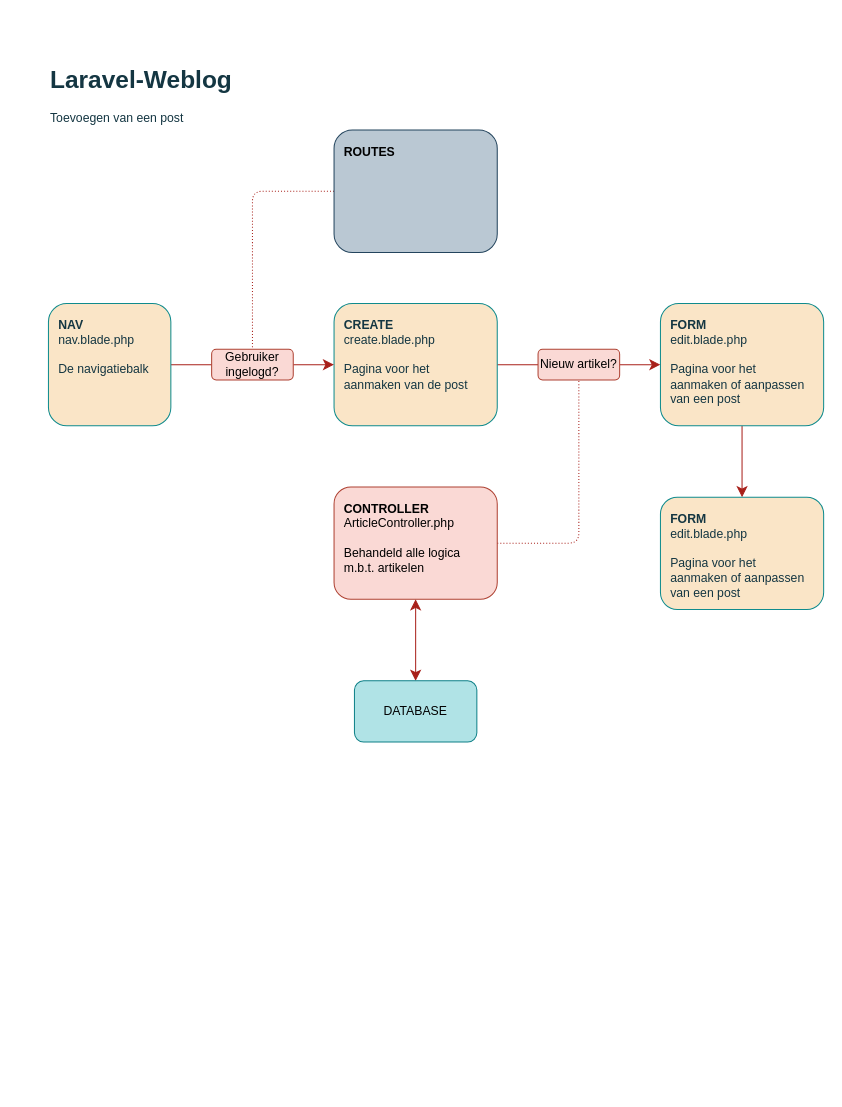
Sm4rtieQQ/laravel-projecten keeps this draw.io diagram as laravel-weblog/Weblog article diagram.drawio. Above is the earlier version. Source tidied: cells renumbered, new cells numbered last; positions are measured from the earlier drawing's top-left corner, leaving out a move shared by most shapes. Both pictures are drawn from the tidied source at 102%, with x=0, y=0 at pixel (48, 58).
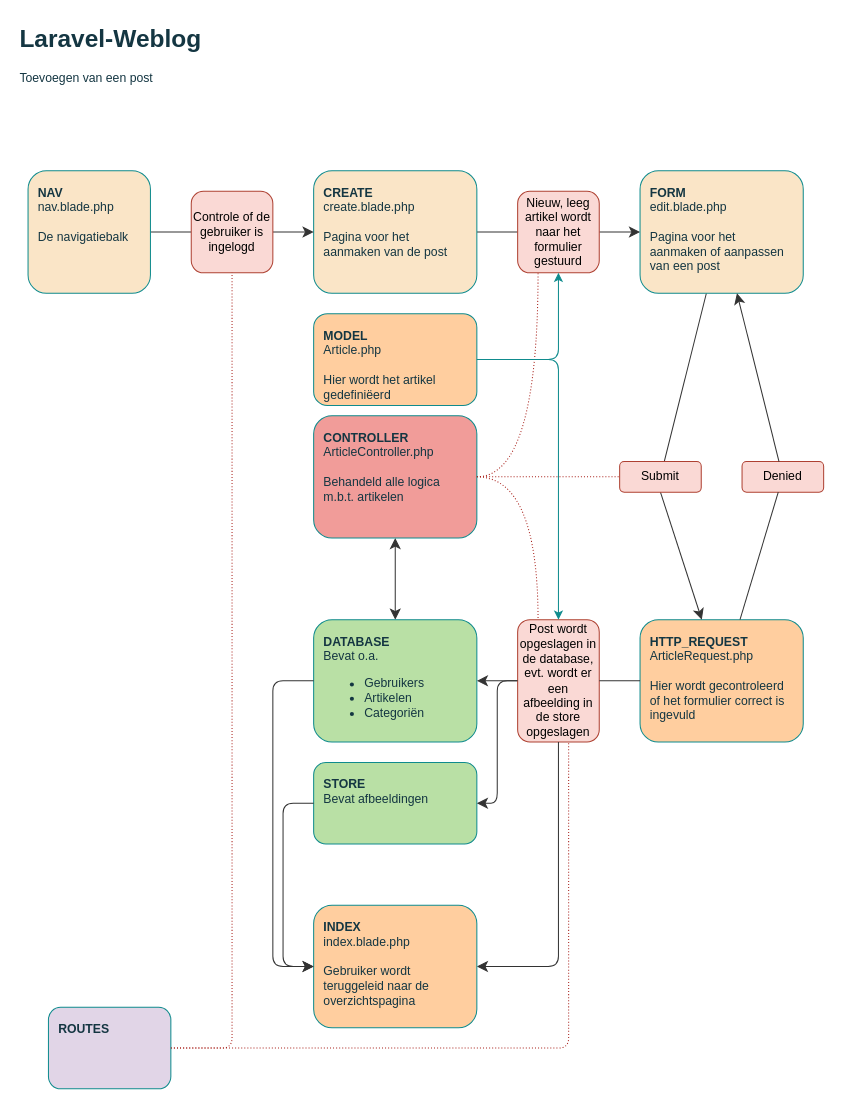
Above is the later version.

Diff of the diagram source:
```diff
@@
-    <mxCell id="2" style="edgeStyle=none;curved=1;rounded=1;jettySize=auto;html=1;exitX=0.5;exitY=0;exitDx=0;exitDy=0;entryX=0.5;entryY=1;entryDx=0;entryDy=0;strokeColor=#A8201A;fontSize=12;fontColor=#143642;startSize=8;endSize=8;fillColor=#FAE5C7;startArrow=classic;startFill=1;" parent="1" edge="1" source="3" target="13">
+    <mxCell id="2" style="edgeStyle=none;curved=1;rounded=1;jettySize=auto;html=1;exitX=0.5;exitY=0;exitDx=0;exitDy=0;entryX=0.5;entryY=1;entryDx=0;entryDy=0;strokeColor=#333333;fontSize=12;fontColor=#143642;startSize=8;endSize=8;fillColor=#333333;startArrow=classic;startFill=1;" parent="1" edge="1" source="3" target="13">
       <mxGeometry relative="1" as="geometry" />
     </mxCell>
-    <mxCell id="3" value="DATABASE" style="rounded=1;whiteSpace=wrap;html=1;labelBackgroundColor=none;fillColor=#b0e3e6;strokeColor=#0e8088;" parent="1" vertex="1">
-      <mxGeometry x="300" y="610" width="120" height="60" as="geometry" />
+    <mxCell id="3" value="&lt;div&gt;&lt;b&gt;DATABASE&lt;/b&gt;&lt;/div&gt;&lt;div&gt;Bevat o.a.&lt;/div&gt;&lt;div&gt;&lt;ul&gt;&lt;li&gt;Gebruikers&lt;/li&gt;&lt;li&gt;Artikelen&lt;/li&gt;&lt;li&gt;Categoriën&lt;/li&gt;&lt;/ul&gt;&lt;/div&gt;" style="rounded=1;whiteSpace=wrap;html=1;labelBackgroundColor=none;fillColor=#B9E0A5;strokeColor=#0F8B8D;align=left;verticalAlign=top;spacing=10;fontFamily=Helvetica;fontSize=12;fontColor=#143642;fontStyle=0;" parent="1" vertex="1">
+      <mxGeometry x="260" y="550" width="160" height="120" as="geometry" />
     </mxCell>
     <mxCell id="4" value="&lt;h1 style=&quot;margin-top: 0px;&quot;&gt;Laravel-Weblog&lt;/h1&gt;&lt;p&gt;Toevoegen van een post&lt;/p&gt;" style="text;html=1;whiteSpace=wrap;overflow=hidden;rounded=1;labelBackgroundColor=none;fontColor=#143642;" parent="1" vertex="1">
-      <mxGeometry width="240" height="80" as="geometry" />
+      <mxGeometry x="-30" y="-40" width="240" height="80" as="geometry" />
     </mxCell>
-    <mxCell id="5" style="edgeStyle=none;curved=1;rounded=1;jettySize=auto;html=1;strokeColor=#A8201A;fontSize=12;fontColor=#143642;startSize=8;endSize=8;fillColor=#FAE5C7;endArrow=none;endFill=0;" parent="1" edge="1" source="6" target="14">
+    <mxCell id="5" style="edgeStyle=none;curved=1;rounded=1;jettySize=auto;html=1;strokeColor=#333333;fontSize=12;fontColor=#143642;startSize=8;endSize=8;fillColor=#333333;endArrow=none;endFill=0;" parent="1" edge="1" source="6" target="14">
       <mxGeometry relative="1" as="geometry" />
     </mxCell>
     <mxCell id="6" value="&lt;b&gt;NAV&lt;/b&gt;&lt;div&gt;nav.blade.php&lt;/div&gt;&lt;div&gt;&lt;br&gt;&lt;/div&gt;&lt;div&gt;De navigatiebalk&lt;/div&gt;" style="rounded=1;whiteSpace=wrap;html=1;align=left;verticalAlign=top;spacing=10;labelBackgroundColor=none;fillColor=#FAE5C7;strokeColor=#0F8B8D;fontColor=#143642;" parent="1" vertex="1">
-      <mxGeometry y="240" width="120" height="120" as="geometry" />
+      <mxGeometry x="-20" y="110" width="120" height="120" as="geometry" />
     </mxCell>
-    <mxCell id="7" style="edgeStyle=none;curved=1;rounded=1;jettySize=auto;html=1;strokeColor=#A8201A;fontSize=12;fontColor=#143642;startSize=8;endSize=8;fillColor=#FAE5C7;endArrow=none;endFill=0;" parent="1" edge="1" source="8" target="16">
+    <mxCell id="7" style="edgeStyle=none;curved=1;rounded=1;jettySize=auto;html=1;strokeColor=#333333;fontSize=12;fontColor=#143642;startSize=8;endSize=8;fillColor=#333333;endArrow=none;endFill=0;" parent="1" edge="1" source="8" target="16">
       <mxGeometry relative="1" as="geometry" />
     </mxCell>
     <mxCell id="8" value="&lt;b&gt;CREATE&lt;/b&gt;&lt;div&gt;create.blade.php&lt;/div&gt;&lt;div&gt;&lt;br&gt;&lt;/div&gt;&lt;div&gt;Pagina voor het aanmaken van de post&lt;/div&gt;" style="rounded=1;whiteSpace=wrap;html=1;align=left;verticalAlign=top;spacing=10;labelBackgroundColor=none;fillColor=#FAE5C7;strokeColor=#0F8B8D;fontColor=#143642;" parent="1" vertex="1">
-      <mxGeometry x="280" y="240" width="160" height="120" as="geometry" />
+      <mxGeometry x="260" y="110" width="160" height="120" as="geometry" />
     </mxCell>
-    <mxCell id="9" style="edgeStyle=none;curved=1;rounded=1;jettySize=auto;html=1;strokeColor=#A8201A;fontSize=12;fontColor=#143642;startSize=8;endSize=8;fillColor=#FAE5C7;" parent="1" edge="1" source="10" target="17">
+    <mxCell id="9" style="edgeStyle=none;curved=1;rounded=1;jettySize=auto;html=1;strokeColor=#333333;fontSize=12;fontColor=#143642;startSize=8;endSize=8;fillColor=#333333;align=center;verticalAlign=middle;fontFamily=Helvetica;labelBackgroundColor=default;endArrow=none;endFill=0;" parent="1" edge="1" source="10" target="22">
       <mxGeometry relative="1" as="geometry" />
     </mxCell>
-    <mxCell id="10" value="&lt;b&gt;FORM&lt;/b&gt;&lt;div&gt;edit.blade.php&lt;/div&gt;&lt;div&gt;&lt;br&gt;&lt;/div&gt;&lt;div&gt;Pagina voor het aanmaken of aanpassen van een post&lt;/div&gt;" style="rounded=1;whiteSpace=wrap;html=1;align=left;verticalAlign=top;spacing=10;labelBackgroundColor=none;fillColor=#FAE5C7;strokeColor=#0F8B8D;fontColor=#143642;" parent="1" vertex="1">
-      <mxGeometry x="600" y="240" width="160" height="120" as="geometry" />
+    <mxCell id="10" value="&lt;b&gt;FORM&lt;/b&gt;&lt;div&gt;edit.blade.php&lt;/div&gt;&lt;div&gt;&lt;br&gt;&lt;/div&gt;&lt;div&gt;Pagina voor het aanmaken of aanpassen van een post&lt;/div&gt;" style="rounded=1;whiteSpace=wrap;html=1;align=left;verticalAlign=top;spacing=10;labelBackgroundColor=none;fillColor=#FAE5C7;strokeColor=#0F8B8D;fontColor=#143642;fontFamily=Helvetica;fontSize=12;" parent="1" vertex="1">
+      <mxGeometry x="580" y="110" width="160" height="120" as="geometry" />
     </mxCell>
-    <mxCell id="11" style="edgeStyle=none;curved=1;rounded=1;jettySize=auto;html=1;strokeColor=#A8201A;fontSize=12;fontColor=#143642;startSize=8;endSize=8;fillColor=#FAE5C7;" parent="1" edge="1" source="14" target="8">
+    <mxCell id="11" style="edgeStyle=none;curved=1;rounded=1;jettySize=auto;html=1;strokeColor=#333333;fontSize=12;fontColor=#143642;startSize=8;endSize=8;fillColor=#333333;" parent="1" edge="1" source="14" target="8">
       <mxGeometry relative="1" as="geometry" />
     </mxCell>
-    <mxCell id="12" style="edgeStyle=orthogonalEdgeStyle;rounded=1;jettySize=auto;html=1;strokeColor=#A8201A;fontSize=12;fontColor=#143642;startSize=8;endSize=8;fillColor=#FAE5C7;dashed=1;dashPattern=1 2;endArrow=none;endFill=0;" parent="1" edge="1" source="13" target="16">
+    <mxCell id="12" style="edgeStyle=orthogonalEdgeStyle;rounded=0;jettySize=auto;html=1;strokeColor=#A8201A;fontSize=12;fontColor=#143642;startSize=8;endSize=8;fillColor=#FAE5C7;dashed=1;dashPattern=1 2;endArrow=none;endFill=0;curved=1;entryX=0.25;entryY=1;entryDx=0;entryDy=0;" parent="1" edge="1" source="13" target="16">
       <mxGeometry relative="1" as="geometry" />
     </mxCell>
+    <mxCell id="20" style="edgeStyle=orthogonalEdgeStyle;rounded=1;jettySize=auto;html=1;dashed=1;dashPattern=1 2;strokeColor=#A8201A;align=center;verticalAlign=middle;fontFamily=Helvetica;fontSize=12;fontColor=#143642;labelBackgroundColor=default;startSize=8;endArrow=none;endFill=0;endSize=8;fillColor=#FAE5C7;" parent="1" edge="1" source="13" target="22">
+      <mxGeometry relative="1" as="geometry" />
+    </mxCell>
-    <mxCell id="13" value="&lt;div&gt;&lt;b&gt;CONTROLLER&lt;/b&gt;&lt;/div&gt;&lt;div&gt;ArticleController.php&lt;/div&gt;&lt;div&gt;&lt;br&gt;&lt;/div&gt;&lt;div&gt;Behandeld alle logica m.b.t. artikelen&lt;/div&gt;" style="rounded=1;whiteSpace=wrap;html=1;align=left;verticalAlign=top;spacing=10;fillColor=#fad9d5;strokeColor=#ae4132;labelBackgroundColor=none;" parent="1" vertex="1">
-      <mxGeometry x="280" y="420" width="160" height="110" as="geometry" />
+    <mxCell id="13" value="&lt;div&gt;&lt;b&gt;CONTROLLER&lt;/b&gt;&lt;/div&gt;&lt;div&gt;ArticleController.php&lt;/div&gt;&lt;div&gt;&lt;br&gt;&lt;/div&gt;&lt;div&gt;Behandeld alle logica m.b.t. artikelen&lt;/div&gt;" style="rounded=1;whiteSpace=wrap;html=1;align=left;verticalAlign=top;spacing=10;fillColor=#F19C99;strokeColor=#0F8B8D;labelBackgroundColor=none;fontFamily=Helvetica;fontSize=12;fontColor=#143642;" parent="1" vertex="1">
+      <mxGeometry x="260" y="350" width="160" height="120" as="geometry" />
     </mxCell>
-    <mxCell id="14" value="Gebruiker ingelogd?" style="text;html=1;whiteSpace=wrap;strokeColor=#ae4132;fillColor=#fad9d5;align=center;verticalAlign=middle;rounded=1;" parent="1" vertex="1">
-      <mxGeometry x="160" y="285" width="80" height="30" as="geometry" />
+    <mxCell id="14" value="Controle of de gebruiker is ingelogd" style="text;html=1;whiteSpace=wrap;strokeColor=#ae4132;fillColor=#fad9d5;align=center;verticalAlign=middle;rounded=1;" parent="1" vertex="1">
+      <mxGeometry x="140" y="130" width="80" height="80" as="geometry" />
     </mxCell>
-    <mxCell id="15" style="edgeStyle=none;curved=1;rounded=1;jettySize=auto;html=1;strokeColor=#A8201A;fontSize=12;fontColor=#143642;startSize=8;endSize=8;fillColor=#FAE5C7;" parent="1" edge="1" source="16" target="10">
+    <mxCell id="15" style="edgeStyle=none;curved=1;rounded=1;jettySize=auto;html=1;strokeColor=#333333;fontSize=12;fontColor=#143642;startSize=8;endSize=8;fillColor=#333333;" parent="1" edge="1" source="16" target="10">
       <mxGeometry relative="1" as="geometry" />
     </mxCell>
-    <mxCell id="16" value="Nieuw artikel?" style="text;html=1;whiteSpace=wrap;strokeColor=#ae4132;fillColor=#fad9d5;align=center;verticalAlign=middle;rounded=1;" parent="1" vertex="1">
-      <mxGeometry x="480" y="285" width="80" height="30" as="geometry" />
+    <mxCell id="16" value="Nieuw, leeg artikel wordt naar het formulier gestuurd" style="text;html=1;whiteSpace=wrap;strokeColor=#ae4132;fillColor=#fad9d5;align=center;verticalAlign=middle;rounded=1;" parent="1" vertex="1">
+      <mxGeometry x="460" y="130" width="80" height="80" as="geometry" />
     </mxCell>
-    <mxCell id="17" value="&lt;b&gt;FORM&lt;/b&gt;&lt;div&gt;edit.blade.php&lt;/div&gt;&lt;div&gt;&lt;br&gt;&lt;/div&gt;&lt;div&gt;Pagina voor het aanmaken of aanpassen van een post&lt;/div&gt;" style="rounded=1;whiteSpace=wrap;html=1;align=left;verticalAlign=top;spacing=10;labelBackgroundColor=none;fillColor=#FAE5C7;strokeColor=#0F8B8D;fontColor=#143642;" parent="1" vertex="1">
-      <mxGeometry x="600" y="430" width="160" height="110" as="geometry" />
+    <mxCell id="17" value="&lt;div&gt;&lt;b&gt;HTTP_REQUEST&lt;/b&gt;&lt;/div&gt;&lt;div&gt;ArticleRequest.php&lt;/div&gt;&lt;div&gt;&lt;br&gt;&lt;/div&gt;Hier wordt gecontroleerd of het formulier correct is ingevuld" style="rounded=1;whiteSpace=wrap;html=1;align=left;verticalAlign=top;spacing=10;labelBackgroundColor=none;strokeColor=#0F8B8D;fontFamily=Helvetica;fontSize=12;fontColor=#143642;fillColor=#FFCE9F;" parent="1" vertex="1">
+      <mxGeometry x="580" y="550" width="160" height="120" as="geometry" />
     </mxCell>
@@
-    <mxCell id="19" value="&lt;div align=&quot;left&quot;&gt;&lt;b&gt;ROUTES&lt;/b&gt;&lt;/div&gt;" style="rounded=1;whiteSpace=wrap;html=1;labelBackgroundColor=none;fillColor=#bac8d3;strokeColor=#23445d;align=left;verticalAlign=top;spacing=10;" parent="1" vertex="1">
-      <mxGeometry x="280" y="70" width="160" height="120" as="geometry" />
+    <mxCell id="19" value="&lt;div align=&quot;left&quot;&gt;&lt;b&gt;ROUTES&lt;/b&gt;&lt;/div&gt;" style="rounded=1;whiteSpace=wrap;html=1;labelBackgroundColor=none;fillColor=#E1D5E7;strokeColor=#0F8B8D;align=left;verticalAlign=top;spacing=10;fontFamily=Helvetica;fontSize=12;fontColor=#143642;" parent="1" vertex="1">
+      <mxGeometry y="930" width="120" height="80" as="geometry" />
     </mxCell>
+    <mxCell id="21" style="rounded=1;jettySize=auto;html=1;exitX=0.5;exitY=1;exitDx=0;exitDy=0;strokeColor=#333333;align=center;verticalAlign=middle;fontFamily=Helvetica;fontSize=12;fontColor=#143642;labelBackgroundColor=default;startSize=8;endArrow=classic;endSize=8;curved=1;fillColor=#333333;" parent="1" edge="1" source="22" target="17">
+      <mxGeometry relative="1" as="geometry" />
+    </mxCell>
+    <mxCell id="22" value="Submit" style="text;html=1;whiteSpace=wrap;strokeColor=#ae4132;fillColor=#fad9d5;align=center;verticalAlign=middle;rounded=1;" parent="1" vertex="1">
+      <mxGeometry x="560" y="395" width="80" height="30" as="geometry" />
+    </mxCell>
+    <mxCell id="23" value="Denied" style="text;html=1;whiteSpace=wrap;strokeColor=#ae4132;fillColor=#fad9d5;align=center;verticalAlign=middle;rounded=1;" parent="1" vertex="1">
+      <mxGeometry x="680" y="395" width="80" height="30" as="geometry" />
+    </mxCell>
+    <mxCell id="24" style="edgeStyle=none;curved=1;rounded=1;jettySize=auto;html=1;strokeColor=#333333;fontSize=12;fontColor=#143642;startSize=8;endSize=8;fillColor=#333333;align=center;verticalAlign=middle;fontFamily=Helvetica;labelBackgroundColor=default;endArrow=none;endFill=0;" parent="1" edge="1" source="17" target="23">
+      <mxGeometry relative="1" as="geometry" />
+    </mxCell>
+    <mxCell id="25" style="rounded=1;jettySize=auto;html=1;strokeColor=#333333;align=center;verticalAlign=middle;fontFamily=Helvetica;fontSize=12;fontColor=#143642;labelBackgroundColor=default;startSize=8;endArrow=classic;endSize=8;curved=1;fillColor=#333333;" parent="1" edge="1" source="23" target="10">
+      <mxGeometry relative="1" as="geometry" />
+    </mxCell>
+    <mxCell id="26" style="rounded=1;jettySize=auto;html=1;strokeColor=#333333;align=center;verticalAlign=middle;fontFamily=Helvetica;fontSize=12;fontColor=#143642;labelBackgroundColor=default;startSize=8;endArrow=classic;endSize=8;curved=1;fillColor=#333333;entryX=1;entryY=0.5;entryDx=0;entryDy=0;" parent="1" edge="1" source="27" target="3">
+      <mxGeometry relative="1" as="geometry" />
+    </mxCell>
+    <mxCell id="27" value="Post wordt opgeslagen in de database, evt. wordt er een afbeelding in de store opgeslagen" style="text;html=1;whiteSpace=wrap;strokeColor=#ae4132;fillColor=#fad9d5;align=center;verticalAlign=middle;rounded=1;" parent="1" vertex="1">
+      <mxGeometry x="460" y="550" width="80" height="120" as="geometry" />
+    </mxCell>
+    <mxCell id="28" style="edgeStyle=none;curved=1;rounded=1;jettySize=auto;html=1;strokeColor=#333333;fontSize=12;fontColor=#143642;startSize=8;endSize=8;fillColor=#333333;align=center;verticalAlign=middle;fontFamily=Helvetica;labelBackgroundColor=default;endArrow=none;endFill=0;" parent="1" edge="1" source="17" target="27">
+      <mxGeometry relative="1" as="geometry" />
+    </mxCell>
+    <mxCell id="29" style="edgeStyle=orthogonalEdgeStyle;rounded=0;jettySize=auto;html=1;strokeColor=#A8201A;fontSize=12;fontColor=#143642;startSize=8;endSize=8;fillColor=#FAE5C7;dashed=1;dashPattern=1 2;endArrow=none;endFill=0;curved=1;entryX=0.25;entryY=0;entryDx=0;entryDy=0;" parent="1" edge="1" source="13" target="27">
+      <mxGeometry relative="1" as="geometry" />
+    </mxCell>
+    <mxCell id="30" value="&lt;div&gt;&lt;b&gt;STORE&lt;/b&gt;&lt;/div&gt;&lt;div&gt;Bevat afbeeldingen&lt;/div&gt;" style="rounded=1;whiteSpace=wrap;html=1;labelBackgroundColor=none;fillColor=#B9E0A5;strokeColor=#0F8B8D;align=left;verticalAlign=top;spacing=10;fontFamily=Helvetica;fontSize=12;fontColor=#143642;fontStyle=0;" parent="1" vertex="1">
+      <mxGeometry x="260" y="690" width="160" height="80" as="geometry" />
+    </mxCell>
+    <mxCell id="31" style="rounded=1;jettySize=auto;html=1;strokeColor=#333333;align=center;verticalAlign=middle;fontFamily=Helvetica;fontSize=12;fontColor=#143642;labelBackgroundColor=default;startSize=8;endArrow=classic;endSize=8;fillColor=#333333;edgeStyle=orthogonalEdgeStyle;" parent="1" edge="1" source="27" target="30">
+      <mxGeometry relative="1" as="geometry">
+        <Array as="points">
+          <mxPoint x="440" y="610" />
+          <mxPoint x="440" y="730" />
+        </Array>
+      </mxGeometry>
+    </mxCell>
+    <mxCell id="32" style="rounded=1;jettySize=auto;html=1;strokeColor=#333333;align=center;verticalAlign=middle;fontFamily=Helvetica;fontSize=12;fontColor=#143642;labelBackgroundColor=default;startSize=8;endArrow=classic;endSize=8;fillColor=#333333;edgeStyle=orthogonalEdgeStyle;" parent="1" edge="1" source="27" target="33">
+      <mxGeometry relative="1" as="geometry">
+        <Array as="points">
+          <mxPoint x="500" y="890" />
+        </Array>
+      </mxGeometry>
+    </mxCell>
+    <mxCell id="33" value="&lt;div&gt;&lt;b&gt;INDEX&lt;/b&gt;&lt;/div&gt;&lt;div&gt;index.blade.php&lt;/div&gt;&lt;div&gt;&lt;br&gt;&lt;/div&gt;Gebruiker wordt teruggeleid naar de overzichtspagina" style="rounded=1;whiteSpace=wrap;html=1;align=left;verticalAlign=top;spacing=10;labelBackgroundColor=none;strokeColor=#0F8B8D;fontFamily=Helvetica;fontSize=12;fontColor=#143642;fillColor=#FFCE9F;" parent="1" vertex="1">
+      <mxGeometry x="260" y="830" width="160" height="120" as="geometry" />
+    </mxCell>
+    <mxCell id="34" style="rounded=1;jettySize=auto;html=1;strokeColor=#333333;align=center;verticalAlign=middle;fontFamily=Helvetica;fontSize=12;fontColor=#143642;labelBackgroundColor=default;startSize=8;endArrow=classic;endSize=8;fillColor=#333333;edgeStyle=orthogonalEdgeStyle;" parent="1" edge="1" source="3" target="33">
+      <mxGeometry relative="1" as="geometry">
+        <Array as="points">
+          <mxPoint x="220" y="610" />
+          <mxPoint x="220" y="890" />
+        </Array>
+      </mxGeometry>
+    </mxCell>
+    <mxCell id="35" style="rounded=1;jettySize=auto;html=1;strokeColor=#333333;align=center;verticalAlign=middle;fontFamily=Helvetica;fontSize=12;fontColor=#143642;labelBackgroundColor=default;startSize=8;endArrow=classic;endSize=8;fillColor=#333333;edgeStyle=orthogonalEdgeStyle;exitX=0;exitY=0.5;exitDx=0;exitDy=0;" parent="1" edge="1" source="30" target="33">
+      <mxGeometry relative="1" as="geometry">
+        <Array as="points">
+          <mxPoint x="230" y="730" />
+          <mxPoint x="230" y="890" />
+        </Array>
+      </mxGeometry>
+    </mxCell>
+    <mxCell id="36" style="edgeStyle=orthogonalEdgeStyle;rounded=1;jettySize=auto;html=1;strokeColor=#A8201A;fontSize=12;fontColor=#143642;startSize=8;endSize=8;fillColor=#FAE5C7;dashed=1;dashPattern=1 2;endArrow=none;endFill=0;" parent="1" edge="1" source="19" target="27">
+      <mxGeometry relative="1" as="geometry">
+        <Array as="points">
+          <mxPoint x="510" y="970" />
+        </Array>
+      </mxGeometry>
+    </mxCell>
+    <mxCell id="37" style="rounded=1;jettySize=auto;html=1;edgeStyle=orthogonalEdgeStyle;curved=0;strokeColor=#0F8B8D;" parent="1" edge="1" source="38" target="16">
+      <mxGeometry relative="1" as="geometry" />
+    </mxCell>
+    <mxCell id="38" value="&lt;div&gt;&lt;b&gt;MODEL&lt;/b&gt;&lt;/div&gt;&lt;div&gt;Article.php&lt;/div&gt;&lt;div&gt;&lt;br&gt;&lt;/div&gt;Hier wordt het artikel gedefiniëerd" style="rounded=1;whiteSpace=wrap;html=1;align=left;verticalAlign=top;spacing=10;labelBackgroundColor=none;strokeColor=#0F8B8D;fontFamily=Helvetica;fontSize=12;fontColor=#143642;fillColor=#FFCE9F;" parent="1" vertex="1">
+      <mxGeometry x="260" y="250" width="160" height="90" as="geometry" />
+    </mxCell>
+    <mxCell id="39" style="rounded=1;jettySize=auto;html=1;edgeStyle=orthogonalEdgeStyle;curved=0;exitX=1;exitY=0.5;exitDx=0;exitDy=0;entryX=0.5;entryY=0;entryDx=0;entryDy=0;strokeColor=#0F8B8D;" parent="1" edge="1" source="38" target="27">
+      <mxGeometry relative="1" as="geometry" />
+    </mxCell>
```
